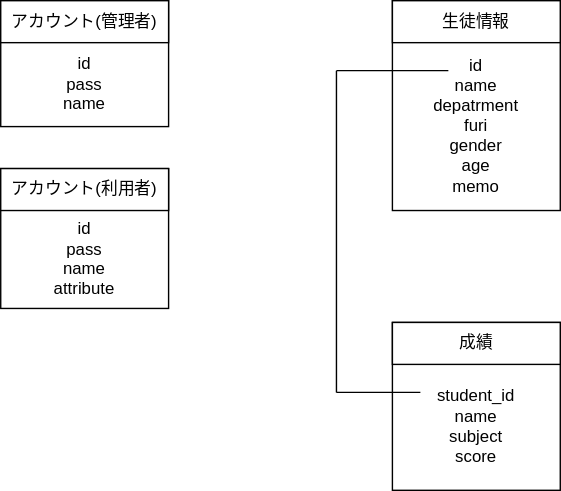
Above: b.drawio.svg in nakamachiJP/uml-introduction (draw.io), before the change. Source tidied: cells renumbered, new cells last; positions are measured from the earlier drawing's top-left corner, leaving out a move shared by most shapes.
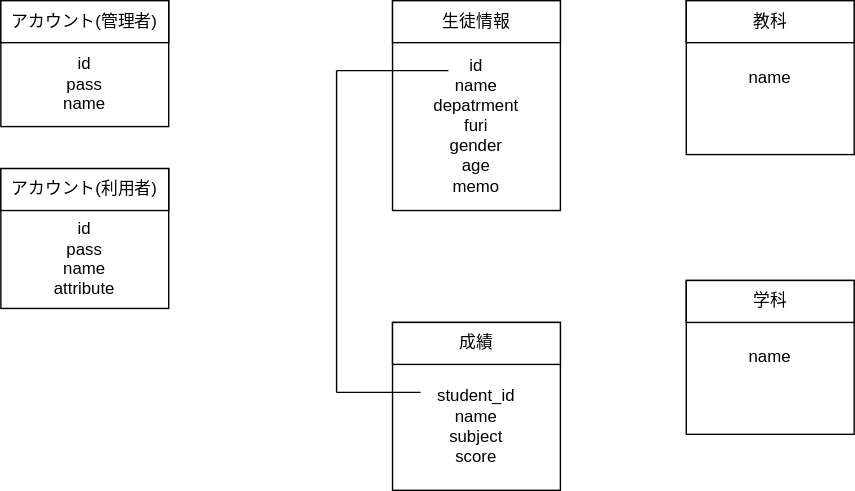
The same file after the commit.

Change to the diagram source:
```diff
@@ -44,5 +44,17 @@
         <mxPoint x="300" y="280" as="targetPoint" />
       </mxGeometry>
     </mxCell>
+    <mxCell id="13" value="name" style="rounded=0;whiteSpace=wrap;html=1;" parent="1" vertex="1">
+      <mxGeometry x="490" width="120" height="110" as="geometry" />
+    </mxCell>
+    <mxCell id="14" value="教科" style="rounded=0;whiteSpace=wrap;html=1;" parent="1" vertex="1">
+      <mxGeometry x="490" width="120" height="30" as="geometry" />
+    </mxCell>
+    <mxCell id="15" value="name" style="rounded=0;whiteSpace=wrap;html=1;" parent="1" vertex="1">
+      <mxGeometry x="490" y="200" width="120" height="110" as="geometry" />
+    </mxCell>
+    <mxCell id="16" value="学科" style="rounded=0;whiteSpace=wrap;html=1;" parent="1" vertex="1">
+      <mxGeometry x="490" y="200" width="120" height="30" as="geometry" />
+    </mxCell>
   </root>
 </mxGraphModel>
```
